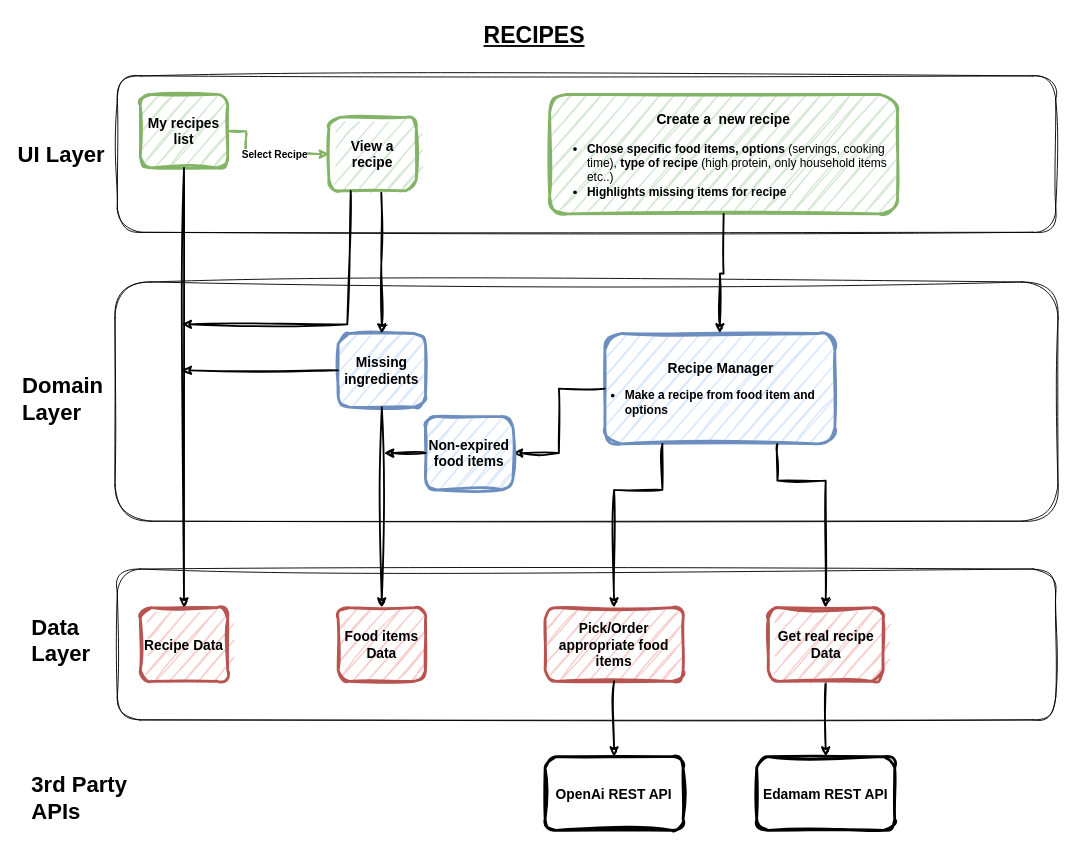
Earlier version of the draw.io diagram page "Recipes" (1 of 4) of ArchitectureDiagram.drawio (commit-crimes/shelf-life). Source tidied: cells renumbered, new cells numbered last; positions are measured from the earlier drawing's top-left corner, leaving out a move shared by most shapes. Both pictures are drawn from the tidied source at 92%, with x=0, y=0 at pixel (16, 16).
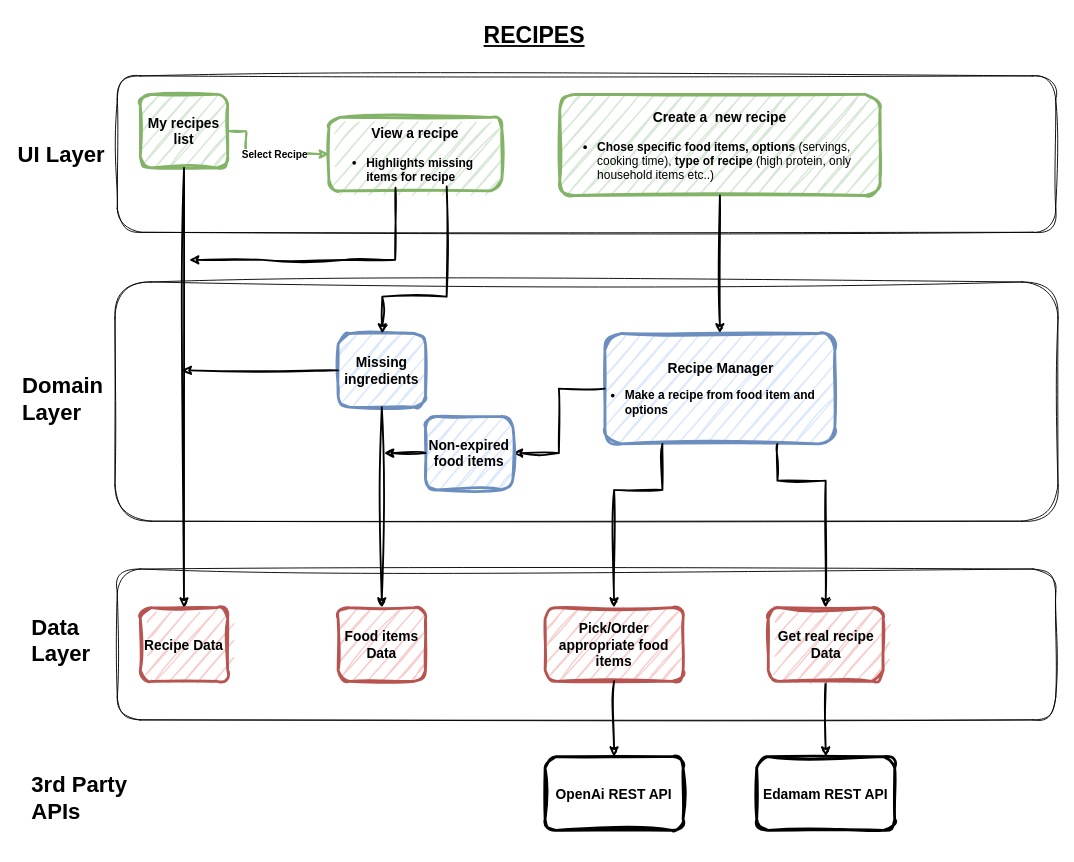
The same page after the edit.

The change refers to these unchanged cells:
```xml
<mxCell id="14" value="&lt;h3 style=&quot;font-size: 15px;&quot;&gt;Missing ingredients&lt;/h3&gt;" style="rounded=1;whiteSpace=wrap;html=1;fillColor=#dae8fc;strokeColor=#6c8ebf;fillStyle=hatch;strokeWidth=3;perimeterSpacing=0;sketch=1;curveFitting=1;jiggle=2;" parent="1" vertex="1">
  <mxGeometry x="350" y="345" width="95" height="80" as="geometry" />
</mxCell>
```

What changed in the source:
```diff
@@
-    <mxCell id="13" value="&lt;h3 style=&quot;font-size: 15px;&quot;&gt;View a recipe&lt;/h3&gt;" style="rounded=1;whiteSpace=wrap;html=1;fillColor=#d5e8d4;strokeColor=#82b366;fillStyle=hatch;strokeWidth=3;perimeterSpacing=0;sketch=1;curveFitting=1;jiggle=2;" parent="1" vertex="1">
-      <mxGeometry x="340" y="110" width="95" height="80" as="geometry" />
+    <mxCell id="13" value="&lt;h3 style=&quot;font-size: 15px;&quot;&gt;View a recipe&lt;/h3&gt;&lt;div&gt;&lt;ul style=&quot;font-size: 13px;&quot;&gt;&lt;li style=&quot;text-align: left;&quot;&gt;&lt;span style=&quot;background-color: initial;&quot;&gt;&lt;b&gt;Highlights missing items for recipe&lt;/b&gt;&lt;/span&gt;&lt;/li&gt;&lt;/ul&gt;&lt;/div&gt;" style="rounded=1;whiteSpace=wrap;html=1;fillColor=#d5e8d4;strokeColor=#82b366;fillStyle=hatch;strokeWidth=3;perimeterSpacing=0;sketch=1;curveFitting=1;jiggle=2;" parent="1" vertex="1">
+      <mxGeometry x="340" y="110" width="188" height="80" as="geometry" />
     </mxCell>
@@
-    <mxCell id="17" value="&lt;h3 style=&quot;font-size: 15px;&quot;&gt;Create a&amp;nbsp; new recipe&lt;/h3&gt;&lt;div style=&quot;font-size: 13px;&quot;&gt;&lt;ul style=&quot;&quot;&gt;&lt;li style=&quot;text-align: left;&quot;&gt;&lt;b&gt;Chose specific food items,&lt;/b&gt;&lt;b style=&quot;background-color: initial;&quot;&gt;&amp;nbsp;options&amp;nbsp;&lt;/b&gt;&lt;span style=&quot;background-color: initial;&quot;&gt;(servings, cooking time),&lt;/span&gt;&lt;b style=&quot;background-color: initial;&quot;&gt; type of recipe&lt;/b&gt;&lt;span style=&quot;background-color: initial;&quot;&gt;&amp;nbsp;&lt;/span&gt;&lt;span style=&quot;background-color: initial;&quot;&gt;(high protein, only household items etc..)&lt;/span&gt;&lt;/li&gt;&lt;li style=&quot;text-align: left;&quot;&gt;&lt;span style=&quot;background-color: initial;&quot;&gt;&lt;b&gt;Highlights missing items for recipe&lt;/b&gt;&lt;/span&gt;&lt;/li&gt;&lt;/ul&gt;&lt;/div&gt;" style="rounded=1;whiteSpace=wrap;html=1;fillColor=#d5e8d4;strokeColor=#82b366;fillStyle=hatch;strokeWidth=3;perimeterSpacing=0;sketch=1;curveFitting=1;jiggle=2;" parent="1" vertex="1">
-      <mxGeometry x="580" y="85" width="378" height="130" as="geometry" />
+    <mxCell id="17" value="&lt;h3 style=&quot;font-size: 15px;&quot;&gt;Create a&amp;nbsp; new recipe&lt;/h3&gt;&lt;div style=&quot;font-size: 13px;&quot;&gt;&lt;ul style=&quot;&quot;&gt;&lt;li style=&quot;text-align: left;&quot;&gt;&lt;b&gt;Chose specific food items,&lt;/b&gt;&lt;b style=&quot;background-color: initial;&quot;&gt;&amp;nbsp;options&amp;nbsp;&lt;/b&gt;&lt;span style=&quot;background-color: initial;&quot;&gt;(servings, cooking time),&lt;/span&gt;&lt;b style=&quot;background-color: initial;&quot;&gt; type of recipe&lt;/b&gt;&lt;span style=&quot;background-color: initial;&quot;&gt;&amp;nbsp;&lt;/span&gt;&lt;span style=&quot;background-color: initial;&quot;&gt;(high protein, only household items etc..)&lt;/span&gt;&lt;/li&gt;&lt;/ul&gt;&lt;/div&gt;" style="rounded=1;whiteSpace=wrap;html=1;fillColor=#d5e8d4;strokeColor=#82b366;fillStyle=hatch;strokeWidth=3;perimeterSpacing=0;sketch=1;curveFitting=1;jiggle=2;" parent="1" vertex="1">
+      <mxGeometry x="591" y="85" width="348" height="110" as="geometry" />
     </mxCell>
@@
-    <mxCell id="21" style="endArrow=classic;html=1;rounded=0;entryX=0.25;entryY=1;entryDx=0;entryDy=0;strokeWidth=2;sketch=1;curveFitting=1;jiggle=2;exitX=0.25;exitY=1;exitDx=0;exitDy=0;" parent="1" edge="1" source="13">
+    <mxCell id="21" style="endArrow=classic;html=1;rounded=0;strokeWidth=2;sketch=1;curveFitting=1;jiggle=2;exitX=0.385;exitY=0.955;exitDx=0;exitDy=0;exitPerimeter=0;" parent="1" edge="1" source="13">
       <mxGeometry relative="1" as="geometry">
-        <mxPoint x="180" y="335" as="targetPoint" />
+        <mxPoint x="188" y="265" as="targetPoint" />
         <Array as="points">
-          <mxPoint x="360" y="335" />
+          <mxPoint x="412" y="265" />
+          <mxPoint x="358" y="265" />
+          <mxPoint x="268" y="265" />
         </Array>
       </mxGeometry>
     </mxCell>
-    <mxCell id="22" style="edgeStyle=orthogonalEdgeStyle;rounded=0;jettySize=auto;html=1;strokeWidth=2;sketch=1;curveFitting=1;jiggle=2;exitX=0.6;exitY=1.025;exitDx=0;exitDy=0;exitPerimeter=0;" parent="1" edge="1" source="13" target="14">
-      <mxGeometry relative="1" as="geometry" />
+    <mxCell id="22" style="edgeStyle=orthogonalEdgeStyle;rounded=0;jettySize=auto;html=1;strokeWidth=2;sketch=1;curveFitting=1;jiggle=2;exitX=0.681;exitY=0.938;exitDx=0;exitDy=0;exitPerimeter=0;" parent="1" edge="1" source="13" target="14">
+      <mxGeometry relative="1" as="geometry">
+        <Array as="points">
+          <mxPoint x="468" y="305" />
+          <mxPoint x="398" y="305" />
+        </Array>
+      </mxGeometry>
     </mxCell>
```
